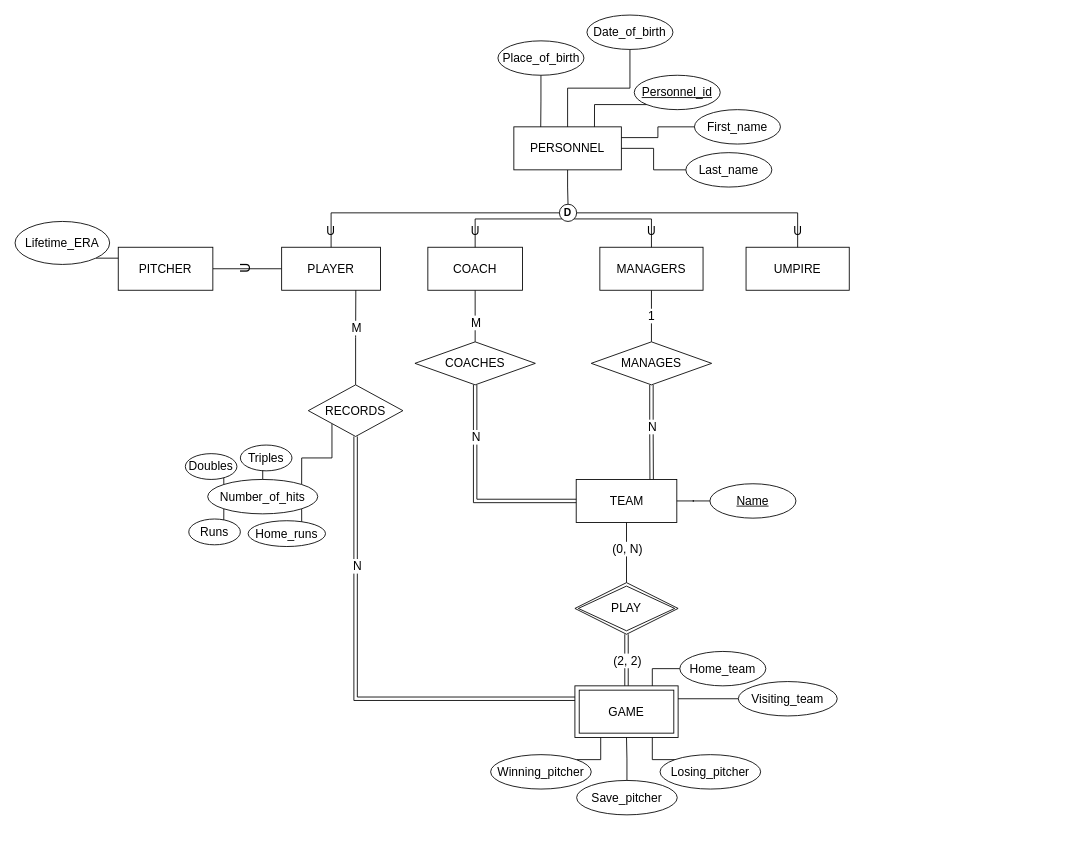
Earlier version of the draw.io diagram page "4.30" (5 of 5) of Untitled Diagram.drawio (cloudyyoung/cpsc-471). Source tidied: cells renumbered, new cells numbered last; positions are measured from the earlier drawing's top-left corner, leaving out a move shared by most shapes. Both pictures are drawn from the tidied source at 86%, with x=0, y=0 at pixel (15, 15).
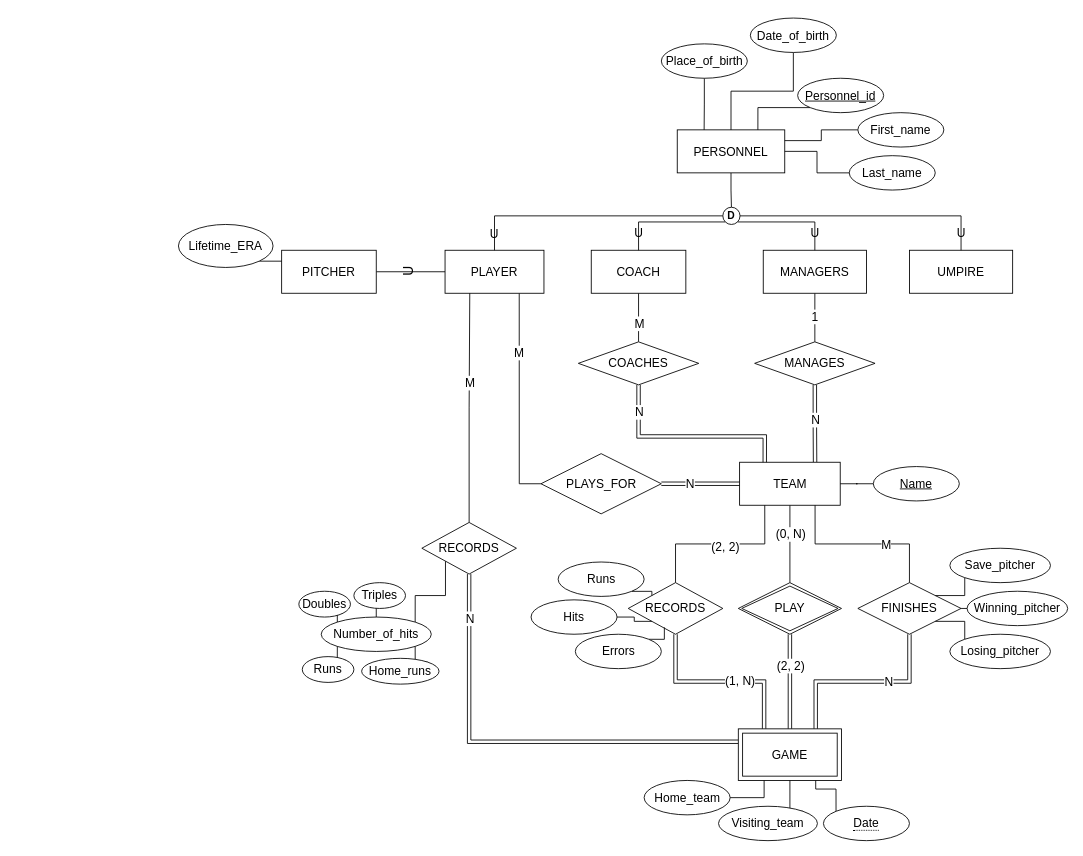
Above is the later version.

The change refers to these unchanged cells:
```xml
<mxCell id="35" value="TEAM" style="whiteSpace=wrap;html=1;align=center;labelBackgroundColor=none;fontSize=14;" parent="34" vertex="1">
  <mxGeometry width="117" height="50" as="geometry" />
</mxCell>
<mxCell id="69" style="edgeStyle=orthogonalEdgeStyle;rounded=0;jettySize=auto;html=1;exitX=0.5;exitY=1;exitDx=0;exitDy=0;entryX=0;entryY=0.25;entryDx=0;entryDy=0;fontSize=14;endArrow=none;endFill=0;shape=link;" parent="1" edge="1" source="71" target="39">
  <mxGeometry relative="1" as="geometry" />
</mxCell>
```

Change to the diagram source:
```diff
@@
+    <mxCell id="81" style="edgeStyle=orthogonalEdgeStyle;rounded=0;jettySize=auto;html=1;exitX=0.75;exitY=1;exitDx=0;exitDy=0;entryX=0;entryY=0.5;entryDx=0;entryDy=0;fontSize=14;endArrow=none;endFill=0;" parent="1" edge="1" source="4" target="86">
+      <mxGeometry relative="1" as="geometry" />
+    </mxCell>
+    <mxCell id="82" value="M" style="edgeLabel;html=1;align=center;verticalAlign=middle;fontSize=14;" parent="81" vertex="1">
+      <mxGeometry x="-0.44" y="-1" relative="1" as="geometry" />
+    </mxCell>
     <mxCell id="4" value="PLAYER" style="whiteSpace=wrap;html=1;align=center;labelBackgroundColor=none;fontSize=14;" parent="1" vertex="1">
-      <mxGeometry x="310" y="270" width="115" height="50" as="geometry" />
+      <mxGeometry x="500" y="273.5" width="115" height="50" as="geometry" />
     </mxCell>
@@
     <mxCell id="7" value="COACH" style="whiteSpace=wrap;html=1;align=center;labelBackgroundColor=none;fontSize=14;" parent="1" vertex="1">
-      <mxGeometry x="480" y="270" width="110" height="50" as="geometry" />
+      <mxGeometry x="670" y="273.5" width="110" height="50" as="geometry" />
     </mxCell>
@@
     <mxCell id="10" value="MANAGERS" style="whiteSpace=wrap;html=1;align=center;labelBackgroundColor=none;fontSize=14;" parent="1" vertex="1">
-      <mxGeometry x="680" y="270" width="120" height="50" as="geometry" />
+      <mxGeometry x="870" y="273.5" width="120" height="50" as="geometry" />
     </mxCell>
     <mxCell id="11" value="UMPIRE" style="whiteSpace=wrap;html=1;align=center;labelBackgroundColor=none;fontSize=14;" parent="1" vertex="1">
-      <mxGeometry x="850" y="270" width="120" height="50" as="geometry" />
+      <mxGeometry x="1040" y="273.5" width="120" height="50" as="geometry" />
     </mxCell>
@@
     <mxCell id="21" value="&lt;b&gt;D&lt;/b&gt;" style="ellipse;whiteSpace=wrap;html=1;" parent="1" vertex="1">
-      <mxGeometry x="633" y="220" width="20" height="20" as="geometry" />
+      <mxGeometry x="823" y="223.5" width="20" height="20" as="geometry" />
     </mxCell>
@@
     <mxCell id="26" value="PLAY" style="shape=rhombus;double=1;perimeter=rhombusPerimeter;whiteSpace=wrap;html=1;align=center;labelBackgroundColor=none;fontSize=14;" parent="1" vertex="1">
-      <mxGeometry x="651" y="660" width="120" height="60" as="geometry" />
+      <mxGeometry x="841" y="660" width="120" height="60" as="geometry" />
     </mxCell>
@@
     <mxCell id="29" value="MANAGES" style="shape=rhombus;perimeter=rhombusPerimeter;whiteSpace=wrap;html=1;align=center;labelBackgroundColor=none;fontSize=14;" parent="1" vertex="1">
-      <mxGeometry x="670" y="380" width="140" height="50" as="geometry" />
+      <mxGeometry x="860" y="380" width="140" height="50" as="geometry" />
     </mxCell>
     <mxCell id="30" style="group;" parent="1" vertex="1">
-      <mxGeometry y="240" width="230" height="80" as="geometry" />
+      <mxGeometry x="190" y="220" width="230" height="80" as="geometry" />
     </mxCell>
     <mxCell id="31" value="PITCHER" style="whiteSpace=wrap;html=1;align=center;labelBackgroundColor=none;fontSize=14;" parent="30" vertex="1">
-      <mxGeometry x="120" y="30" width="110" height="50" as="geometry" />
+      <mxGeometry x="120" y="53.5" width="110" height="50" as="geometry" />
     </mxCell>
@@
     <mxCell id="33" value="Lifetime_ERA" style="ellipse;whiteSpace=wrap;html=1;align=center;labelBackgroundColor=none;fontSize=14;" parent="30" vertex="1">
-      <mxGeometry width="110" height="50" as="geometry" />
+      <mxGeometry y="23.5" width="110" height="50" as="geometry" />
     </mxCell>
     <mxCell id="34" style="group;" parent="1" vertex="1">
-      <mxGeometry x="652.5" y="540" width="255.5" height="50" as="geometry" />
+      <mxGeometry x="842.5" y="520" width="255.5" height="50" as="geometry" />
     </mxCell>
@@
-    <mxCell id="38" style="group;" parent="1" vertex="1">
-      <mxGeometry x="651" y="740" width="305" height="100" as="geometry" />
-    </mxCell>
-    <mxCell id="39" value="GAME" style="shape=ext;margin=3;double=1;whiteSpace=wrap;html=1;align=center;labelBackgroundColor=none;fontSize=14;" parent="38" vertex="1">
-      <mxGeometry y="40" width="120" height="60" as="geometry" />
-    </mxCell>
-    <mxCell id="40" style="edgeStyle=orthogonalEdgeStyle;rounded=0;jettySize=auto;html=1;entryX=0.75;entryY=0;entryDx=0;entryDy=0;fontSize=14;endArrow=none;endFill=0;" parent="38" edge="1" source="41" target="39">
-      <mxGeometry relative="1" as="geometry" />
-    </mxCell>
-    <mxCell id="41" value="Home_team" style="ellipse;whiteSpace=wrap;html=1;align=center;labelBackgroundColor=none;fontSize=14;" parent="38" vertex="1">
-      <mxGeometry x="122" width="100" height="40" as="geometry" />
-    </mxCell>
-    <mxCell id="42" style="edgeStyle=orthogonalEdgeStyle;rounded=0;jettySize=auto;html=1;entryX=1;entryY=0.25;entryDx=0;entryDy=0;fontSize=14;endArrow=none;endFill=0;" parent="38" edge="1" source="43" target="39">
-      <mxGeometry relative="1" as="geometry" />
-    </mxCell>
-    <mxCell id="43" value="Visiting_team" style="ellipse;whiteSpace=wrap;html=1;align=center;labelBackgroundColor=none;fontSize=14;" parent="38" vertex="1">
-      <mxGeometry x="190" y="35" width="115" height="40" as="geometry" />
-    </mxCell>
     <mxCell id="44" style="group;" parent="1" vertex="1">
-      <mxGeometry x="561.5" width="328.5" height="200" as="geometry" />
+      <mxGeometry x="751.5" y="3.5" width="328.5" height="200" as="geometry" />
     </mxCell>
@@
-    <mxCell id="56" style="edgeStyle=orthogonalEdgeStyle;rounded=0;jettySize=auto;html=1;entryX=0.75;entryY=1;entryDx=0;entryDy=0;fontSize=14;endArrow=none;endFill=0;" parent="1" edge="1" source="71" target="4">
+    <mxCell id="56" style="edgeStyle=orthogonalEdgeStyle;rounded=0;jettySize=auto;html=1;entryX=0.25;entryY=1;entryDx=0;entryDy=0;fontSize=14;endArrow=none;endFill=0;" parent="1" edge="1" source="71" target="4">
       <mxGeometry relative="1" as="geometry" />
     </mxCell>
@@
     <mxCell id="59" style="group;" parent="1" vertex="1">
-      <mxGeometry x="198" y="500" width="163" height="118" as="geometry" />
+      <mxGeometry x="330" y="660" width="163" height="118" as="geometry" />
     </mxCell>
@@
-    <mxCell id="70" value="N" style="edgeLabel;html=1;align=center;verticalAlign=middle;fontSize=14;" parent="69" vertex="1">
-      <mxGeometry x="0.3" y="2" relative="1" as="geometry">
-        <mxPoint x="-58" y="-153" as="offset" />
-      </mxGeometry>
-    </mxCell>
+    <mxCell id="83" value="N" style="edgeLabel;html=1;align=center;verticalAlign=middle;fontSize=14;" parent="69" vertex="1">
+      <mxGeometry x="-0.92" y="-2" relative="1" as="geometry">
+        <mxPoint x="2" y="31" as="offset" />
+      </mxGeometry>
+    </mxCell>
     <mxCell id="71" value="RECORDS" style="rhombus;whiteSpace=wrap;html=1;fontSize=14;" parent="1" vertex="1">
-      <mxGeometry x="341" y="430" width="110" height="60" as="geometry" />
+      <mxGeometry x="473" y="590" width="110" height="60" as="geometry" />
     </mxCell>
-    <mxCell id="72" style="edgeStyle=orthogonalEdgeStyle;rounded=0;jettySize=auto;html=1;exitX=0.5;exitY=1;exitDx=0;exitDy=0;entryX=0;entryY=0.5;entryDx=0;entryDy=0;fontSize=14;endArrow=none;endFill=0;shape=link;" parent="1" edge="1" source="74" target="35">
-      <mxGeometry relative="1" as="geometry" />
+    <mxCell id="72" style="edgeStyle=orthogonalEdgeStyle;rounded=0;jettySize=auto;html=1;exitX=0.5;exitY=1;exitDx=0;exitDy=0;entryX=0.25;entryY=0;entryDx=0;entryDy=0;fontSize=14;endArrow=none;endFill=0;shape=link;" parent="1" edge="1" source="74" target="35">
+      <mxGeometry relative="1" as="geometry">
+        <Array as="points">
+          <mxPoint x="725" y="490" />
+          <mxPoint x="872" y="490" />
+        </Array>
+      </mxGeometry>
     </mxCell>
     <mxCell id="73" value="N" style="edgeLabel;html=1;align=center;verticalAlign=middle;fontSize=14;" parent="72" vertex="1">
       <mxGeometry x="-0.45" y="-2" relative="1" as="geometry">
-        <mxPoint x="2" y="-9" as="offset" />
+        <mxPoint x="-5" y="-31" as="offset" />
       </mxGeometry>
     </mxCell>
     <mxCell id="74" value="COACHES" style="shape=rhombus;perimeter=rhombusPerimeter;whiteSpace=wrap;html=1;align=center;labelBackgroundColor=none;fontSize=14;" parent="1" vertex="1">
-      <mxGeometry x="465" y="380" width="140" height="50" as="geometry" />
+      <mxGeometry x="655" y="380" width="140" height="50" as="geometry" />
     </mxCell>
-    <mxCell id="75" style="edgeStyle=orthogonalEdgeStyle;rounded=0;jettySize=auto;html=1;exitX=1;exitY=0;exitDx=0;exitDy=0;entryX=0.25;entryY=1;entryDx=0;entryDy=0;fontSize=14;endArrow=none;endFill=0;" parent="1" edge="1" source="76" target="39">
-      <mxGeometry relative="1" as="geometry" />
-    </mxCell>
+    <mxCell id="84" style="edgeStyle=orthogonalEdgeStyle;rounded=0;jettySize=auto;html=1;exitX=1;exitY=0.5;exitDx=0;exitDy=0;entryX=0;entryY=0.5;entryDx=0;entryDy=0;fontSize=14;endArrow=none;endFill=0;shape=link;" parent="1" edge="1" source="86" target="35">
+      <mxGeometry relative="1" as="geometry" />
+    </mxCell>
+    <mxCell id="85" value="N" style="edgeLabel;html=1;align=center;verticalAlign=middle;fontSize=14;" parent="84" vertex="1">
+      <mxGeometry x="-0.27" y="1" relative="1" as="geometry" />
+    </mxCell>
+    <mxCell id="86" value="PLAYS_FOR" style="shape=rhombus;perimeter=rhombusPerimeter;whiteSpace=wrap;html=1;align=center;labelBackgroundColor=none;fontSize=14;" parent="1" vertex="1">
+      <mxGeometry x="611.5" y="510" width="140" height="70" as="geometry" />
+    </mxCell>
+    <mxCell id="87" style="edgeStyle=orthogonalEdgeStyle;rounded=0;jettySize=auto;html=1;exitX=0.5;exitY=0;exitDx=0;exitDy=0;entryX=0.25;entryY=1;entryDx=0;entryDy=0;fontSize=14;endArrow=none;endFill=0;" parent="1" edge="1" source="99" target="35">
+      <mxGeometry relative="1" as="geometry" />
+    </mxCell>
+    <mxCell id="88" value="(2, 2)" style="edgeLabel;html=1;align=center;verticalAlign=middle;fontSize=14;" parent="87" vertex="1">
+      <mxGeometry x="0.23" y="-3" relative="1" as="geometry">
+        <mxPoint x="-17" as="offset" />
+      </mxGeometry>
+    </mxCell>
+    <mxCell id="89" style="edgeStyle=orthogonalEdgeStyle;shape=link;rounded=0;jettySize=auto;html=1;exitX=0.25;exitY=0;exitDx=0;exitDy=0;entryX=0.5;entryY=1;entryDx=0;entryDy=0;fontSize=14;endArrow=none;endFill=0;" parent="1" edge="1" source="39" target="99">
+      <mxGeometry relative="1" as="geometry" />
+    </mxCell>
+    <mxCell id="90" value="(1, N)" style="edgeLabel;html=1;align=center;verticalAlign=middle;fontSize=14;" parent="89" vertex="1">
+      <mxGeometry x="-0.21" y="-1" relative="1" as="geometry" />
+    </mxCell>
+    <mxCell id="91" style="edgeStyle=orthogonalEdgeStyle;rounded=0;jettySize=auto;html=1;exitX=0.75;exitY=0;exitDx=0;exitDy=0;fontSize=14;endArrow=none;endFill=0;entryX=0.5;entryY=1;entryDx=0;entryDy=0;shape=link;" parent="1" edge="1" source="39" target="107">
+      <mxGeometry relative="1" as="geometry" />
+    </mxCell>
+    <mxCell id="92" value="N" style="edgeLabel;html=1;align=center;verticalAlign=middle;fontSize=14;" parent="91" vertex="1">
+      <mxGeometry x="0.27" relative="1" as="geometry" />
+    </mxCell>
+    <mxCell id="93" style="edgeStyle=orthogonalEdgeStyle;rounded=0;jettySize=auto;html=1;exitX=0.5;exitY=0;exitDx=0;exitDy=0;entryX=0.75;entryY=1;entryDx=0;entryDy=0;fontSize=14;endArrow=none;endFill=0;" parent="1" edge="1" source="107" target="35">
+      <mxGeometry relative="1" as="geometry" />
+    </mxCell>
+    <mxCell id="94" value="M" style="edgeLabel;html=1;align=center;verticalAlign=middle;fontSize=14;" parent="93" vertex="1">
+      <mxGeometry x="-0.27" relative="1" as="geometry" />
+    </mxCell>
+    <mxCell id="95" style="group;" parent="1" vertex="1">
+      <mxGeometry x="731.5" y="830" width="308.5" height="130" as="geometry" />
+    </mxCell>
+    <mxCell id="39" value="GAME" style="shape=ext;margin=3;double=1;whiteSpace=wrap;html=1;align=center;labelBackgroundColor=none;fontSize=14;" parent="95" vertex="1">
+      <mxGeometry x="109.5" width="120" height="60" as="geometry" />
+    </mxCell>
+    <mxCell id="40" style="edgeStyle=orthogonalEdgeStyle;rounded=0;jettySize=auto;html=1;entryX=0.25;entryY=1;entryDx=0;entryDy=0;fontSize=14;endArrow=none;endFill=0;" parent="95" edge="1" source="41" target="39">
+      <mxGeometry relative="1" as="geometry" />
+    </mxCell>
+    <mxCell id="41" value="Home_team" style="ellipse;whiteSpace=wrap;html=1;align=center;labelBackgroundColor=none;fontSize=14;" parent="95" vertex="1">
+      <mxGeometry y="60" width="100" height="40" as="geometry" />
+    </mxCell>
+    <mxCell id="42" style="edgeStyle=orthogonalEdgeStyle;rounded=0;jettySize=auto;html=1;exitX=1;exitY=0;exitDx=0;exitDy=0;entryX=0.5;entryY=1;entryDx=0;entryDy=0;fontSize=14;endArrow=none;endFill=0;" parent="95" edge="1" source="43" target="39">
+      <mxGeometry relative="1" as="geometry" />
+    </mxCell>
+    <mxCell id="43" value="Visiting_team" style="ellipse;whiteSpace=wrap;html=1;align=center;labelBackgroundColor=none;fontSize=14;" parent="95" vertex="1">
+      <mxGeometry x="86.5" y="90" width="115" height="40" as="geometry" />
+    </mxCell>
+    <mxCell id="96" style="edgeStyle=orthogonalEdgeStyle;rounded=0;jettySize=auto;html=1;exitX=0;exitY=0;exitDx=0;exitDy=0;entryX=0.75;entryY=1;entryDx=0;entryDy=0;fontSize=14;endArrow=none;endFill=0;" parent="95" edge="1" source="97" target="39">
+      <mxGeometry x="109.5" y="-40" as="geometry" />
+    </mxCell>
+    <mxCell id="97" value="&lt;span style=&quot;border-bottom: 1px dotted&quot;&gt;Date&lt;/span&gt;" style="ellipse;whiteSpace=wrap;html=1;align=center;labelBackgroundColor=none;fontSize=14;" parent="95" vertex="1">
+      <mxGeometry x="208.5" y="90" width="100" height="40" as="geometry" />
+    </mxCell>
+    <mxCell id="98" style="group;" parent="1" vertex="1">
+      <mxGeometry x="600" y="636" width="223" height="124" as="geometry" />
+    </mxCell>
+    <mxCell id="99" value="RECORDS" style="rhombus;whiteSpace=wrap;html=1;fontSize=14;" parent="98" vertex="1">
+      <mxGeometry x="113" y="24" width="110" height="60" as="geometry" />
+    </mxCell>
+    <mxCell id="100" style="edgeStyle=orthogonalEdgeStyle;rounded=0;jettySize=auto;html=1;exitX=1;exitY=1;exitDx=0;exitDy=0;entryX=0;entryY=0;entryDx=0;entryDy=0;fontSize=14;endArrow=none;endFill=0;" parent="98" edge="1" source="101" target="99">
+      <mxGeometry relative="1" as="geometry" />
+    </mxCell>
+    <mxCell id="101" value="Runs" style="ellipse;whiteSpace=wrap;html=1;align=center;labelBackgroundColor=none;fontSize=14;" parent="98" vertex="1">
+      <mxGeometry x="31.5" width="100" height="40" as="geometry" />
+    </mxCell>
+    <mxCell id="102" style="edgeStyle=orthogonalEdgeStyle;rounded=0;jettySize=auto;html=1;exitX=1;exitY=0.5;exitDx=0;exitDy=0;entryX=0;entryY=1;entryDx=0;entryDy=0;fontSize=14;endArrow=none;endFill=0;" parent="98" edge="1" source="103" target="99">
+      <mxGeometry relative="1" as="geometry" />
+    </mxCell>
+    <mxCell id="103" value="Hits" style="ellipse;whiteSpace=wrap;html=1;align=center;labelBackgroundColor=none;fontSize=14;" parent="98" vertex="1">
+      <mxGeometry y="44" width="100" height="40" as="geometry" />
+    </mxCell>
+    <mxCell id="104" style="edgeStyle=orthogonalEdgeStyle;rounded=0;jettySize=auto;html=1;exitX=1;exitY=0;exitDx=0;exitDy=0;entryX=0.382;entryY=0.867;entryDx=0;entryDy=0;entryPerimeter=0;fontSize=14;endArrow=none;endFill=0;" parent="98" edge="1" source="105" target="99">
+      <mxGeometry relative="1" as="geometry" />
+    </mxCell>
+    <mxCell id="105" value="Errors" style="ellipse;whiteSpace=wrap;html=1;align=center;labelBackgroundColor=none;fontSize=14;" parent="98" vertex="1">
+      <mxGeometry x="51.5" y="84" width="100" height="40" as="geometry" />
+    </mxCell>
+    <mxCell id="106" style="group;" parent="1" vertex="1">
+      <mxGeometry x="980" y="620" width="244" height="140" as="geometry" />
+    </mxCell>
-    <mxCell id="76" value="Winning_pitcher" style="ellipse;whiteSpace=wrap;html=1;align=center;labelBackgroundColor=none;fontSize=14;" parent="1" vertex="1">
-      <mxGeometry x="553" y="860" width="117" height="40" as="geometry" />
+    <mxCell id="76" value="Winning_pitcher" style="ellipse;whiteSpace=wrap;html=1;align=center;labelBackgroundColor=none;fontSize=14;" parent="106" vertex="1">
+      <mxGeometry x="127" y="50" width="117" height="40" as="geometry" />
     </mxCell>
-    <mxCell id="77" style="edgeStyle=orthogonalEdgeStyle;rounded=0;jettySize=auto;html=1;exitX=0;exitY=0;exitDx=0;exitDy=0;entryX=0.75;entryY=1;entryDx=0;entryDy=0;fontSize=14;endArrow=none;endFill=0;" parent="1" edge="1" source="78" target="39">
-      <mxGeometry relative="1" as="geometry" />
-    </mxCell>
-    <mxCell id="78" value="Losing_pitcher" style="ellipse;whiteSpace=wrap;html=1;align=center;labelBackgroundColor=none;fontSize=14;" parent="1" vertex="1">
-      <mxGeometry x="750" y="860" width="117" height="40" as="geometry" />
+    <mxCell id="78" value="Losing_pitcher" style="ellipse;whiteSpace=wrap;html=1;align=center;labelBackgroundColor=none;fontSize=14;" parent="106" vertex="1">
+      <mxGeometry x="107" y="100" width="117" height="40" as="geometry" />
     </mxCell>
-    <mxCell id="79" style="edgeStyle=orthogonalEdgeStyle;rounded=0;jettySize=auto;html=1;exitX=0.5;exitY=0;exitDx=0;exitDy=0;entryX=0.5;entryY=1;entryDx=0;entryDy=0;fontSize=14;endArrow=none;endFill=0;" parent="1" edge="1" source="80" target="39">
-      <mxGeometry relative="1" as="geometry" />
-    </mxCell>
-    <mxCell id="80" value="Save_pitcher" style="ellipse;whiteSpace=wrap;html=1;align=center;labelBackgroundColor=none;fontSize=14;" parent="1" vertex="1">
-      <mxGeometry x="653" y="890" width="117" height="40" as="geometry" />
+    <mxCell id="80" value="Save_pitcher" style="ellipse;whiteSpace=wrap;html=1;align=center;labelBackgroundColor=none;fontSize=14;" parent="106" vertex="1">
+      <mxGeometry x="107" width="117" height="40" as="geometry" />
     </mxCell>
+    <mxCell id="107" value="FINISHES" style="shape=rhombus;perimeter=rhombusPerimeter;whiteSpace=wrap;html=1;align=center;labelBackgroundColor=none;fontSize=14;" parent="106" vertex="1">
+      <mxGeometry y="40" width="120" height="60" as="geometry" />
+    </mxCell>
+    <mxCell id="108" style="edgeStyle=orthogonalEdgeStyle;rounded=0;jettySize=auto;html=1;fontSize=14;endArrow=none;endFill=0;" parent="106" edge="1" source="76" target="107">
+      <mxGeometry relative="1" as="geometry">
+        <Array as="points">
+          <mxPoint x="130" y="70" />
+          <mxPoint x="130" y="70" />
+        </Array>
+      </mxGeometry>
+    </mxCell>
+    <mxCell id="109" style="edgeStyle=orthogonalEdgeStyle;rounded=0;jettySize=auto;html=1;exitX=0;exitY=0;exitDx=0;exitDy=0;entryX=1;entryY=1;entryDx=0;entryDy=0;fontSize=14;endArrow=none;endFill=0;" parent="106" edge="1" source="78" target="107">
+      <mxGeometry relative="1" as="geometry">
+        <Array as="points">
+          <mxPoint x="124" y="85" />
+        </Array>
+      </mxGeometry>
+    </mxCell>
+    <mxCell id="110" style="edgeStyle=orthogonalEdgeStyle;rounded=0;jettySize=auto;html=1;exitX=0;exitY=1;exitDx=0;exitDy=0;entryX=1;entryY=0;entryDx=0;entryDy=0;fontSize=14;endArrow=none;endFill=0;" parent="106" edge="1" source="80" target="107">
+      <mxGeometry relative="1" as="geometry">
+        <Array as="points">
+          <mxPoint x="124" y="55" />
+        </Array>
+      </mxGeometry>
+    </mxCell>
```
